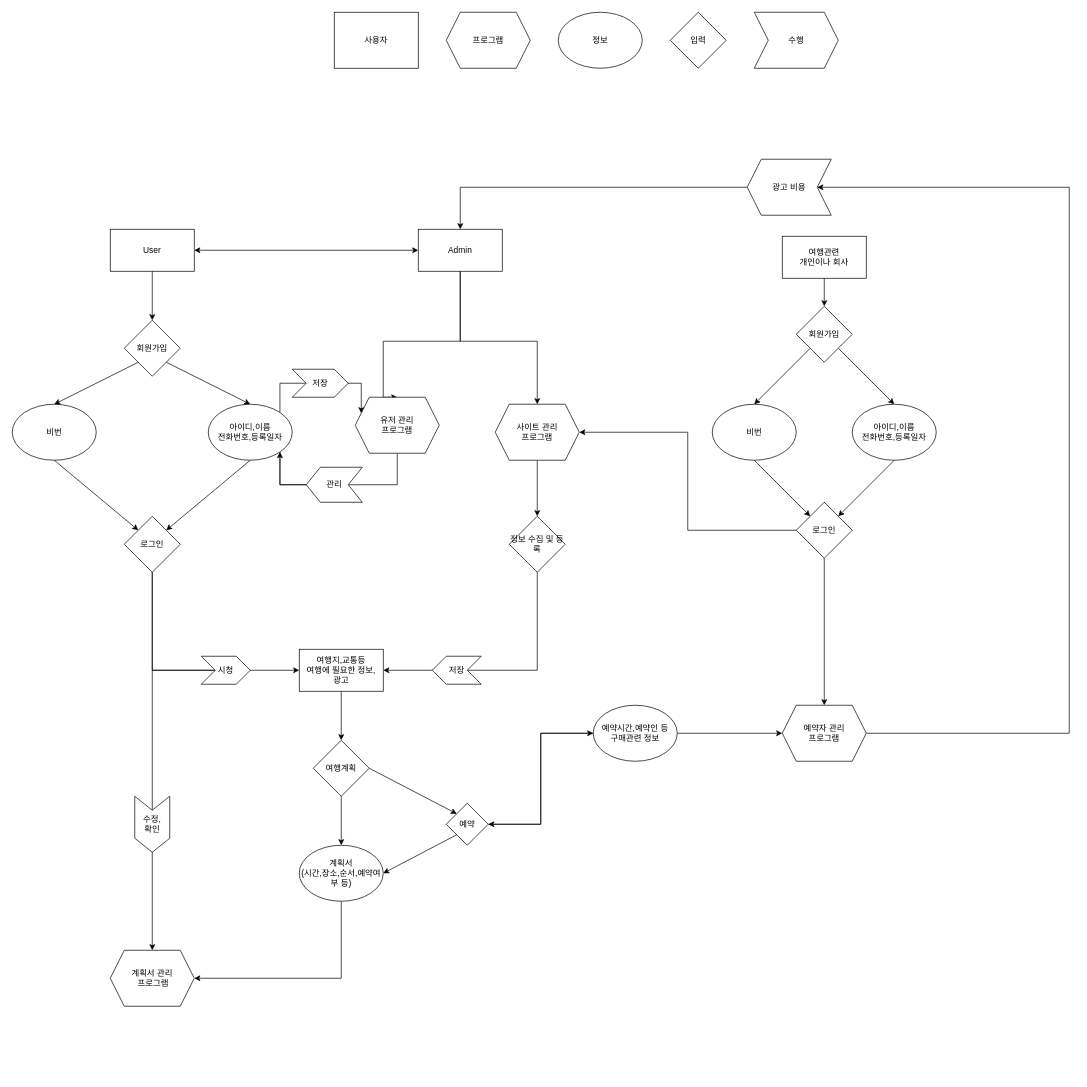
The draw.io diagram Day_02/travel_이종완.drawio in shienka07/DB_study, before the edit. Source tidied: cells renumbered, new cells numbered last; positions are measured from the earlier drawing's top-left corner, leaving out a move shared by most shapes. Both pictures are drawn from the tidied source at 70%, with x=0, y=0 at pixel (12, 12).
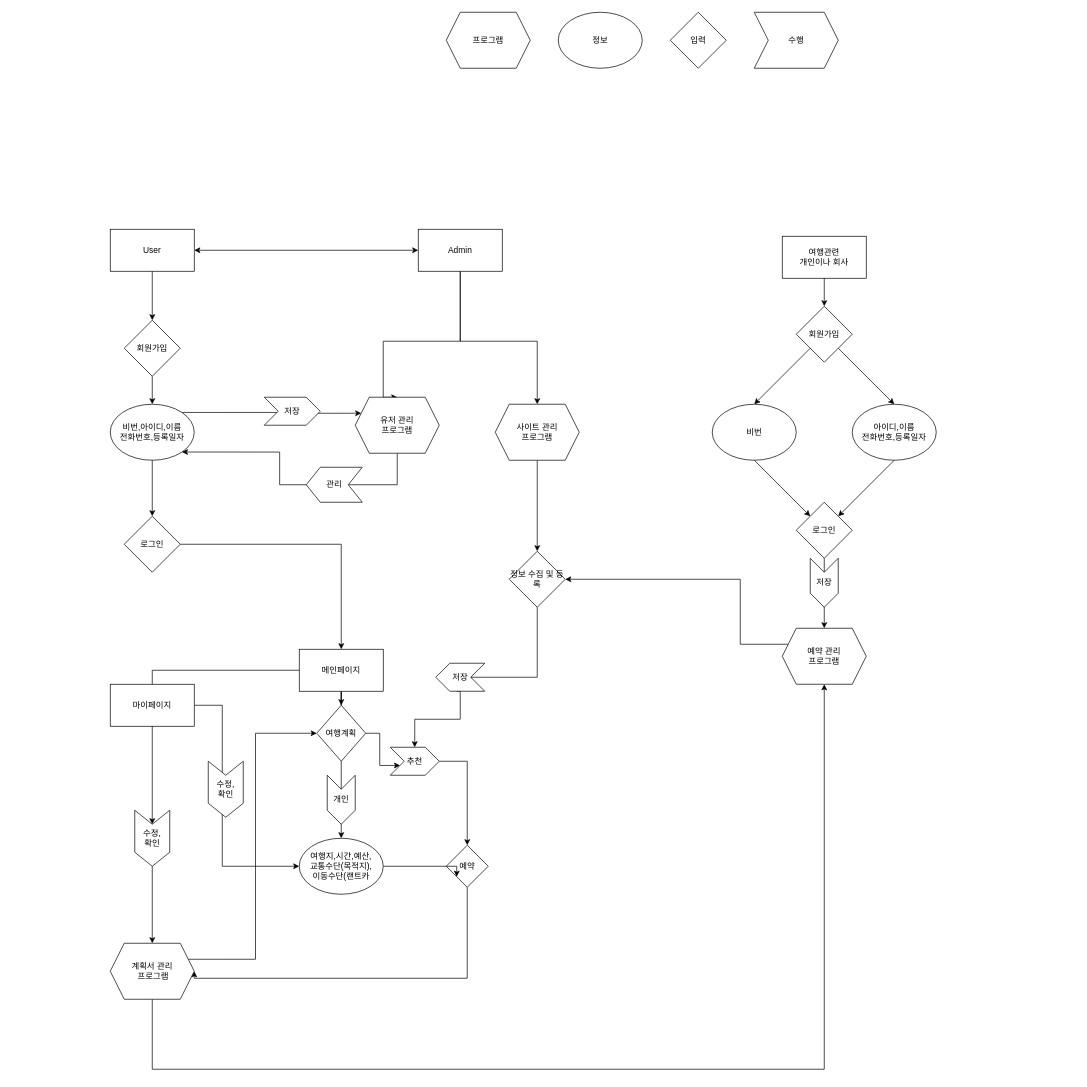
Above is the later version.

Unchanged cells that the change refers to:
```xml
<mxCell id="5" value="Admin" style="rounded=0;whiteSpace=wrap;html=1;" parent="1" vertex="1">
  <mxGeometry x="580" y="310" width="120" height="60" as="geometry" />
</mxCell>
<mxCell id="15" value="로그인" style="rhombus;whiteSpace=wrap;html=1;" parent="1" vertex="1">
  <mxGeometry x="160" y="720" width="80" height="80" as="geometry" />
</mxCell>
<mxCell id="16" value="회원가입" style="rhombus;whiteSpace=wrap;html=1;" parent="1" vertex="1">
  <mxGeometry x="160" y="440" width="80" height="80" as="geometry" />
</mxCell>
<mxCell id="26" value="&lt;span&gt;유저 관리&lt;/span&gt;&lt;br&gt;&lt;span&gt;프로그램&lt;/span&gt;" style="shape=hexagon;perimeter=hexagonPerimeter2;whiteSpace=wrap;html=1;fixedSize=1;" parent="1" vertex="1">
  <mxGeometry x="490" y="550" width="120" height="80" as="geometry" />
</mxCell>
<mxCell id="27" value="&lt;span style=&quot;background-color: rgb(255 , 255 , 255)&quot;&gt;사이트 관리&lt;br&gt;프로그램&lt;br&gt;&lt;/span&gt;" style="shape=hexagon;perimeter=hexagonPerimeter2;whiteSpace=wrap;html=1;fixedSize=1;" parent="1" vertex="1">
  <mxGeometry x="690" y="560" width="120" height="80" as="geometry" />
</mxCell>
<mxCell id="34" value="로그인" style="rhombus;whiteSpace=wrap;html=1;" parent="1" vertex="1">
  <mxGeometry x="1120" y="700" width="80" height="80" as="geometry" />
</mxCell>
<mxCell id="63" value="관리" style="shape=step;perimeter=stepPerimeter;whiteSpace=wrap;html=1;fixedSize=1;direction=west;" parent="1" vertex="1">
  <mxGeometry x="420" y="650" width="80" height="50" as="geometry" />
</mxCell>
```

The edit, as a diff of the source:
```diff
@@
-    <mxCell id="7" style="endArrow=classic;html=1;exitX=1;exitY=1;exitDx=0;exitDy=0;entryX=0.5;entryY=0;entryDx=0;entryDy=0;" parent="1" edge="1" source="16" target="9">
+    <mxCell id="7" style="endArrow=classic;html=1;exitX=0.5;exitY=1;exitDx=0;exitDy=0;entryX=0.5;entryY=0;entryDx=0;entryDy=0;" parent="1" edge="1" source="16" target="9">
       <mxGeometry relative="1" as="geometry" />
     </mxCell>
     <mxCell id="8" style="edgeStyle=orthogonalEdgeStyle;rounded=0;jettySize=auto;html=1;exitX=1;exitY=0;exitDx=0;exitDy=0;entryX=0;entryY=0.25;entryDx=0;entryDy=0;" parent="1" edge="1" source="9" target="26">
       <mxGeometry relative="1" as="geometry">
         <Array as="points">
-          <mxPoint x="382" y="530" />
-          <mxPoint x="499" y="530" />
+          <mxPoint x="382" y="572" />
+          <mxPoint x="382" y="573" />
         </Array>
       </mxGeometry>
     </mxCell>
-    <mxCell id="9" value="아이디,이름&lt;br&gt;전화번호,등록일자" style="ellipse;whiteSpace=wrap;html=1;" parent="1" vertex="1">
-      <mxGeometry x="280" y="560" width="120" height="80" as="geometry" />
+    <mxCell id="9" value="비번,아이디,이름&lt;br&gt;전화번호,등록일자" style="ellipse;whiteSpace=wrap;html=1;" parent="1" vertex="1">
+      <mxGeometry x="140" y="560" width="120" height="80" as="geometry" />
     </mxCell>
-    <mxCell id="10" value="비번&lt;br&gt;" style="ellipse;whiteSpace=wrap;html=1;" parent="1" vertex="1">
-      <mxGeometry y="560" width="120" height="80" as="geometry" />
-    </mxCell>
-    <mxCell id="11" style="endArrow=classic;html=1;exitX=0.5;exitY=1;exitDx=0;exitDy=0;entryX=1;entryY=0;entryDx=0;entryDy=0;" parent="1" edge="1" source="9" target="15">
+    <mxCell id="11" style="endArrow=classic;html=1;exitX=0.5;exitY=1;exitDx=0;exitDy=0;entryX=0.5;entryY=0;entryDx=0;entryDy=0;" parent="1" edge="1" source="9" target="15">
       <mxGeometry relative="1" as="geometry" />
     </mxCell>
-    <mxCell id="12" style="endArrow=classic;html=1;exitX=0.5;exitY=1;exitDx=0;exitDy=0;entryX=0;entryY=0;entryDx=0;entryDy=0;" parent="1" edge="1" source="10" target="15">
-      <mxGeometry relative="1" as="geometry" />
-    </mxCell>
-    <mxCell id="13" style="edgeStyle=orthogonalEdgeStyle;rounded=0;jettySize=auto;html=1;entryX=0;entryY=0.5;entryDx=0;entryDy=0;startArrow=none;" parent="1" edge="1" source="38" target="20">
-      <mxGeometry relative="1" as="geometry">
-        <Array as="points">
-          <mxPoint x="200" y="940" />
-        </Array>
-      </mxGeometry>
-    </mxCell>
-    <mxCell id="14" style="edgeStyle=orthogonalEdgeStyle;rounded=0;jettySize=auto;html=1;entryX=0.5;entryY=0;entryDx=0;entryDy=0;" parent="1" edge="1" source="15" target="65">
-      <mxGeometry relative="1" as="geometry" />
-    </mxCell>
+    <mxCell id="67" style="edgeStyle=orthogonalEdgeStyle;rounded=0;jettySize=auto;html=1;entryX=0.5;entryY=0;entryDx=0;entryDy=0;" parent="1" edge="1" source="15" target="20">
+      <mxGeometry relative="1" as="geometry">
+        <Array as="points">
+          <mxPoint x="470" y="760" />
+        </Array>
+      </mxGeometry>
+    </mxCell>
@@
-    <mxCell id="18" style="endArrow=classic;html=1;exitX=0;exitY=1;exitDx=0;exitDy=0;entryX=0.5;entryY=0;entryDx=0;entryDy=0;" parent="1" edge="1" source="16" target="10">
-      <mxGeometry relative="1" as="geometry" />
-    </mxCell>
@@
+    <mxCell id="68" style="edgeStyle=orthogonalEdgeStyle;rounded=0;jettySize=auto;html=1;entryX=0;entryY=0.5;entryDx=0;entryDy=0;" parent="1" edge="1" source="20" target="66">
+      <mxGeometry relative="1" as="geometry" />
+    </mxCell>
-    <mxCell id="20" value="여행지,교통등&lt;br&gt;여행에 필요한 정보,&lt;br&gt;광고" style="rounded=0;whiteSpace=wrap;html=1;" parent="1" vertex="1">
+    <mxCell id="20" value="메인페이지" style="rounded=0;whiteSpace=wrap;html=1;" parent="1" vertex="1">
       <mxGeometry x="410" y="910" width="120" height="60" as="geometry" />
     </mxCell>
@@
-    <mxCell id="22" style="edgeStyle=orthogonalEdgeStyle;rounded=0;jettySize=auto;html=1;entryX=1;entryY=0.5;entryDx=0;entryDy=0;" parent="1" edge="1" source="23" target="20">
-      <mxGeometry relative="1" as="geometry">
-        <Array as="points">
-          <mxPoint x="750" y="940" />
-        </Array>
-      </mxGeometry>
-    </mxCell>
+    <mxCell id="69" style="edgeStyle=orthogonalEdgeStyle;rounded=0;jettySize=auto;html=1;entryX=0;entryY=0.25;entryDx=0;entryDy=0;" parent="1" edge="1" source="23" target="40">
+      <mxGeometry relative="1" as="geometry">
+        <Array as="points">
+          <mxPoint x="750" y="950" />
+          <mxPoint x="656" y="950" />
+        </Array>
+      </mxGeometry>
+    </mxCell>
     <mxCell id="23" value="정보 수집 및 등록" style="rhombus;whiteSpace=wrap;html=1;" parent="1" vertex="1">
-      <mxGeometry x="710" y="720" width="80" height="80" as="geometry" />
+      <mxGeometry x="710" y="770" width="80" height="80" as="geometry" />
     </mxCell>
@@
-    <mxCell id="33" style="edgeStyle=orthogonalEdgeStyle;rounded=0;jettySize=auto;html=1;entryX=1;entryY=0.5;entryDx=0;entryDy=0;" parent="1" edge="1" source="34" target="27">
-      <mxGeometry relative="1" as="geometry" />
-    </mxCell>
@@
-    <mxCell id="38" value="시청" style="shape=step;perimeter=stepPerimeter;whiteSpace=wrap;html=1;fixedSize=1;" parent="1" vertex="1">
-      <mxGeometry x="270" y="920" width="70" height="40" as="geometry" />
-    </mxCell>
-    <mxCell id="39" style="edgeStyle=orthogonalEdgeStyle;rounded=0;jettySize=auto;html=1;endArrow=none;" parent="1" edge="1" source="15">
-      <mxGeometry relative="1" as="geometry">
-        <mxPoint x="200" y="940" as="targetPoint" />
-      </mxGeometry>
-    </mxCell>
+    <mxCell id="70" style="edgeStyle=orthogonalEdgeStyle;rounded=0;jettySize=auto;html=1;exitX=0.5;exitY=0;exitDx=0;exitDy=0;" parent="1" edge="1" source="40">
+      <mxGeometry relative="1" as="geometry">
+        <mxPoint x="635" y="960" as="targetPoint" />
+      </mxGeometry>
+    </mxCell>
+    <mxCell id="71" style="edgeStyle=orthogonalEdgeStyle;rounded=0;jettySize=auto;html=1;entryX=0.5;entryY=0;entryDx=0;entryDy=0;" parent="1" edge="1" source="40" target="80">
+      <mxGeometry relative="1" as="geometry" />
+    </mxCell>
     <mxCell id="40" value="저장" style="shape=step;perimeter=stepPerimeter;whiteSpace=wrap;html=1;fixedSize=1;direction=west;" parent="1" vertex="1">
-      <mxGeometry x="600" y="920" width="70" height="40" as="geometry" />
+      <mxGeometry x="605" y="930" width="70" height="40" as="geometry" />
     </mxCell>
@@
+    <mxCell id="72" style="edgeStyle=orthogonalEdgeStyle;rounded=0;jettySize=auto;html=1;entryX=0;entryY=0.75;entryDx=0;entryDy=0;" parent="1" edge="1" source="42" target="80">
+      <mxGeometry relative="1" as="geometry" />
+    </mxCell>
     <mxCell id="42" value="여행계획" style="rhombus;whiteSpace=wrap;html=1;" parent="1" vertex="1">
-      <mxGeometry x="430" y="1040" width="80" height="80" as="geometry" />
+      <mxGeometry x="435" y="990" width="70" height="80" as="geometry" />
     </mxCell>
-    <mxCell id="43" style="edgeStyle=orthogonalEdgeStyle;rounded=0;jettySize=auto;html=1;entryX=0;entryY=0.5;entryDx=0;entryDy=0;" parent="1" edge="1" source="44" target="53">
-      <mxGeometry relative="1" as="geometry" />
-    </mxCell>
+    <mxCell id="73" style="edgeStyle=orthogonalEdgeStyle;rounded=0;jettySize=auto;html=1;entryX=1;entryY=0.5;entryDx=0;entryDy=0;" parent="1" edge="1" source="44" target="65">
+      <mxGeometry relative="1" as="geometry">
+        <Array as="points">
+          <mxPoint x="650" y="1380" />
+        </Array>
+      </mxGeometry>
+    </mxCell>
     <mxCell id="44" value="예약" style="rhombus;whiteSpace=wrap;html=1;" parent="1" vertex="1">
-      <mxGeometry x="620" y="1130" width="60" height="60" as="geometry" />
+      <mxGeometry x="620" y="1190" width="60" height="60" as="geometry" />
     </mxCell>
-    <mxCell id="45" style="endArrow=classic;html=1;entryX=0;entryY=0;entryDx=0;entryDy=0;exitX=1;exitY=0.5;exitDx=0;exitDy=0;" parent="1" edge="1" source="42" target="44">
-      <mxGeometry relative="1" as="geometry" />
-    </mxCell>
-    <mxCell id="46" style="endArrow=classic;html=1;exitX=0;exitY=1;exitDx=0;exitDy=0;entryX=1;entryY=0.5;entryDx=0;entryDy=0;" parent="1" edge="1" source="44" target="60">
-      <mxGeometry relative="1" as="geometry" />
-    </mxCell>
@@
-    <mxCell id="48" style="edgeStyle=orthogonalEdgeStyle;rounded=0;jettySize=auto;html=1;entryX=0.5;entryY=0;entryDx=0;entryDy=0;startArrow=none;exitX=1;exitY=0.5;exitDx=0;exitDy=0;" parent="1" edge="1" source="61" target="5">
-      <mxGeometry relative="1" as="geometry">
-        <Array as="points">
-          <mxPoint x="640" y="250" />
-        </Array>
-      </mxGeometry>
-    </mxCell>
-    <mxCell id="49" style="edgeStyle=orthogonalEdgeStyle;rounded=0;jettySize=auto;html=1;entryX=0;entryY=0.5;entryDx=0;entryDy=0;" parent="1" edge="1" source="50" target="61">
-      <mxGeometry relative="1" as="geometry">
-        <Array as="points">
-          <mxPoint x="1510" y="1030" />
-          <mxPoint x="1510" y="250" />
-        </Array>
-      </mxGeometry>
-    </mxCell>
+    <mxCell id="74" style="edgeStyle=orthogonalEdgeStyle;rounded=0;jettySize=auto;html=1;exitX=0;exitY=0.25;exitDx=0;exitDy=0;entryX=1;entryY=0.5;entryDx=0;entryDy=0;" parent="1" edge="1" source="50" target="23">
+      <mxGeometry relative="1" as="geometry">
+        <Array as="points">
+          <mxPoint x="1040" y="903" />
+          <mxPoint x="1040" y="810" />
+        </Array>
+      </mxGeometry>
+    </mxCell>
-    <mxCell id="50" value="예약자 관리 &lt;br&gt;프로그램&lt;br&gt;" style="shape=hexagon;perimeter=hexagonPerimeter2;whiteSpace=wrap;html=1;fixedSize=1;" parent="1" vertex="1">
-      <mxGeometry x="1100" y="990" width="120" height="80" as="geometry" />
+    <mxCell id="50" value="예약 관리 &lt;br&gt;프로그램" style="shape=hexagon;perimeter=hexagonPerimeter2;whiteSpace=wrap;html=1;fixedSize=1;" parent="1" vertex="1">
+      <mxGeometry x="1100" y="880" width="120" height="80" as="geometry" />
     </mxCell>
-    <mxCell id="51" style="edgeStyle=orthogonalEdgeStyle;rounded=0;jettySize=auto;html=1;entryX=0;entryY=0.5;entryDx=0;entryDy=0;" parent="1" edge="1" source="53" target="50">
-      <mxGeometry relative="1" as="geometry" />
-    </mxCell>
-    <mxCell id="52" style="edgeStyle=orthogonalEdgeStyle;rounded=0;jettySize=auto;html=1;entryX=1;entryY=0.5;entryDx=0;entryDy=0;" parent="1" edge="1" source="53" target="44">
-      <mxGeometry relative="1" as="geometry" />
-    </mxCell>
-    <mxCell id="53" value="예약시간,예약인 등&lt;br&gt;구매관련 정보" style="ellipse;whiteSpace=wrap;html=1;" parent="1" vertex="1">
-      <mxGeometry x="830" y="990" width="120" height="80" as="geometry" />
-    </mxCell>
-    <mxCell id="54" value="사용자" style="rounded=0;whiteSpace=wrap;html=1;" parent="1" vertex="1">
-      <mxGeometry x="460" width="120" height="80" as="geometry" />
-    </mxCell>
@@
-    <mxCell id="59" style="edgeStyle=orthogonalEdgeStyle;rounded=0;jettySize=auto;html=1;entryX=1;entryY=0.5;entryDx=0;entryDy=0;" parent="1" edge="1" source="60" target="65">
-      <mxGeometry relative="1" as="geometry">
-        <Array as="points">
-          <mxPoint x="470" y="1380" />
-        </Array>
-      </mxGeometry>
-    </mxCell>
+    <mxCell id="75" style="edgeStyle=orthogonalEdgeStyle;rounded=0;jettySize=auto;html=1;entryX=0;entryY=1;entryDx=0;entryDy=0;" parent="1" edge="1" source="60" target="44">
+      <mxGeometry relative="1" as="geometry">
+        <Array as="points">
+          <mxPoint x="635" y="1220" />
+        </Array>
+      </mxGeometry>
+    </mxCell>
-    <mxCell id="60" value="계획서&lt;br&gt;(시간,장소,순서,예약여부 등)" style="ellipse;whiteSpace=wrap;html=1;" parent="1" vertex="1">
-      <mxGeometry x="410" y="1190" width="120" height="80" as="geometry" />
+    <mxCell id="60" value="여행지,시간,예산,&lt;br&gt;교통수단(목적지),&lt;br&gt;이동수단(랜트카" style="ellipse;whiteSpace=wrap;html=1;" parent="1" vertex="1">
+      <mxGeometry x="410" y="1180" width="120" height="80" as="geometry" />
     </mxCell>
-    <mxCell id="61" value="광고 비용" style="shape=step;perimeter=stepPerimeter;whiteSpace=wrap;html=1;fixedSize=1;direction=west;" parent="1" vertex="1">
-      <mxGeometry x="1050" y="210" width="120" height="80" as="geometry" />
-    </mxCell>
-    <mxCell id="62" style="edgeStyle=orthogonalEdgeStyle;rounded=0;jettySize=auto;html=1;entryX=1;entryY=1;entryDx=0;entryDy=0;endArrow=none;startArrow=none;" parent="1" edge="1" source="63" target="9">
-      <mxGeometry relative="1" as="geometry" />
-    </mxCell>
@@
     <mxCell id="64" value="저장" style="shape=step;perimeter=stepPerimeter;whiteSpace=wrap;html=1;fixedSize=1;" parent="1" vertex="1">
-      <mxGeometry x="400" y="510" width="80" height="40" as="geometry" />
+      <mxGeometry x="360" y="550" width="80" height="40" as="geometry" />
     </mxCell>
+    <mxCell id="76" style="edgeStyle=orthogonalEdgeStyle;rounded=0;jettySize=auto;html=1;exitX=1;exitY=0.25;exitDx=0;exitDy=0;entryX=0;entryY=0.5;entryDx=0;entryDy=0;" parent="1" edge="1" source="65" target="42">
+      <mxGeometry relative="1" as="geometry" />
+    </mxCell>
+    <mxCell id="77" style="edgeStyle=orthogonalEdgeStyle;rounded=0;jettySize=auto;html=1;" parent="1" edge="1" source="65" target="50">
+      <mxGeometry relative="1" as="geometry">
+        <Array as="points">
+          <mxPoint x="200" y="1510" />
+          <mxPoint x="1160" y="1510" />
+        </Array>
+      </mxGeometry>
+    </mxCell>
     <mxCell id="65" value="계획서 관리&lt;br&gt;&amp;nbsp;프로그램" style="shape=hexagon;perimeter=hexagonPerimeter2;whiteSpace=wrap;html=1;fixedSize=1;" parent="1" vertex="1">
-      <mxGeometry x="140" y="1340" width="120" height="80" as="geometry" />
+      <mxGeometry x="140" y="1330" width="120" height="80" as="geometry" />
     </mxCell>
+    <mxCell id="78" style="edgeStyle=orthogonalEdgeStyle;rounded=0;jettySize=auto;html=1;entryX=0.5;entryY=0;entryDx=0;entryDy=0;" parent="1" edge="1" source="66" target="65">
+      <mxGeometry relative="1" as="geometry" />
+    </mxCell>
     <mxCell id="66" value="수정,&lt;br&gt;확인" style="shape=step;perimeter=stepPerimeter;whiteSpace=wrap;html=1;fixedSize=1;direction=south;" parent="1" vertex="1">
-      <mxGeometry x="175" y="1120" width="50" height="80" as="geometry" />
+      <mxGeometry x="175" y="1140" width="50" height="80" as="geometry" />
     </mxCell>
+    <mxCell id="79" style="edgeStyle=orthogonalEdgeStyle;rounded=0;jettySize=auto;html=1;entryX=0.5;entryY=0;entryDx=0;entryDy=0;" parent="1" edge="1" source="80" target="44">
+      <mxGeometry relative="1" as="geometry" />
+    </mxCell>
+    <mxCell id="80" value="추천" style="shape=step;perimeter=stepPerimeter;whiteSpace=wrap;html=1;fixedSize=1;direction=east;" parent="1" vertex="1">
+      <mxGeometry x="540" y="1050" width="70" height="40" as="geometry" />
+    </mxCell>
+    <mxCell id="81" value="개인" style="shape=step;perimeter=stepPerimeter;whiteSpace=wrap;html=1;fixedSize=1;direction=south;" parent="1" vertex="1">
+      <mxGeometry x="450" y="1090" width="40" height="70" as="geometry" />
+    </mxCell>
+    <mxCell id="82" style="edgeStyle=orthogonalEdgeStyle;rounded=0;jettySize=auto;html=1;entryX=0;entryY=0.5;entryDx=0;entryDy=0;" parent="1" edge="1" source="83" target="60">
+      <mxGeometry relative="1" as="geometry">
+        <Array as="points">
+          <mxPoint x="300" y="990" />
+          <mxPoint x="300" y="1220" />
+        </Array>
+      </mxGeometry>
+    </mxCell>
+    <mxCell id="83" value="마이페이지" style="rounded=0;whiteSpace=wrap;html=1;" parent="1" vertex="1">
+      <mxGeometry x="140" y="960" width="120" height="60" as="geometry" />
+    </mxCell>
+    <mxCell id="84" value="저장" style="shape=step;perimeter=stepPerimeter;whiteSpace=wrap;html=1;fixedSize=1;direction=south;" parent="1" vertex="1">
+      <mxGeometry x="1140" y="780" width="40" height="70" as="geometry" />
+    </mxCell>
+    <mxCell id="85" value="수정,&lt;br&gt;확인" style="shape=step;perimeter=stepPerimeter;whiteSpace=wrap;html=1;fixedSize=1;direction=south;" parent="1" vertex="1">
+      <mxGeometry x="280" y="1070" width="50" height="80" as="geometry" />
+    </mxCell>
```
